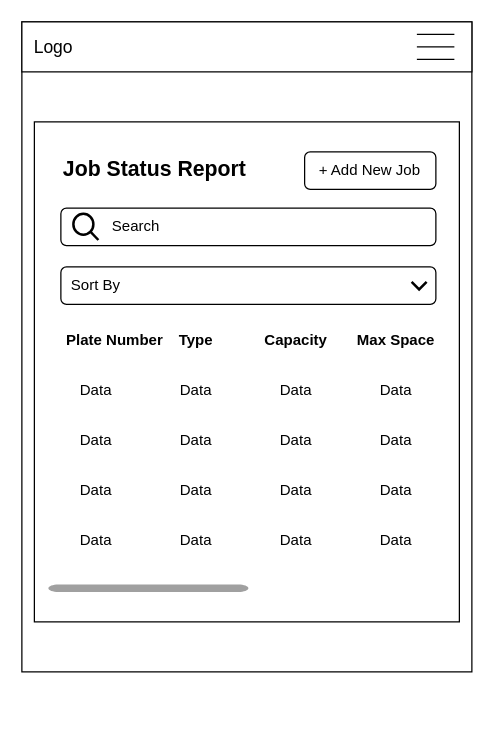
The draw.io diagram project-root/prototypes/Mobile/jobs_mobile.drawio in quietpanda284/logistics_app, before the edit. Source tidied: cells renumbered, new cells numbered last; positions are measured from the earlier drawing's top-left corner, leaving out a move shared by most shapes. Both pictures are drawn from the tidied source at 125%, with x=0, y=0 at pixel (21, 21).
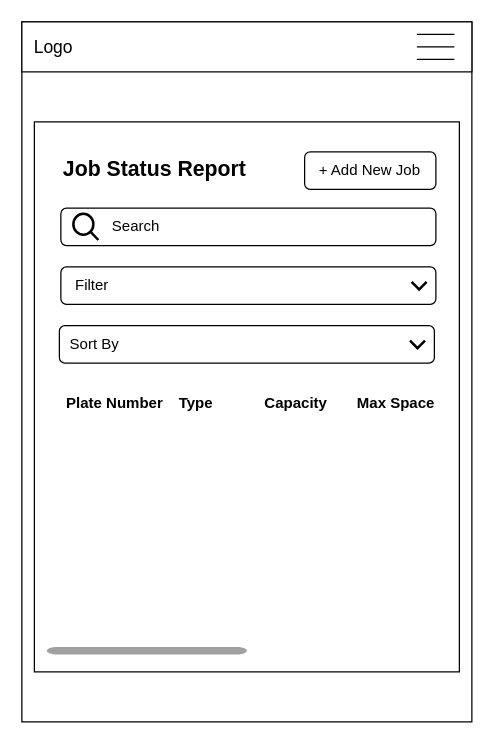
The same diagram, later.

Commit message (it also covers changes not shown here):
Updated jobs_mobile

Diff of the diagram source:
```diff
@@
     <mxCell id="2" style="rounded=0;whiteSpace=wrap;html=1;" parent="1" vertex="1">
-      <mxGeometry width="360" height="520" as="geometry" />
+      <mxGeometry width="360" height="560" as="geometry" />
     </mxCell>
@@
     <mxCell id="8" style="rounded=0;whiteSpace=wrap;html=1;" parent="1" vertex="1">
-      <mxGeometry x="10" y="80" width="340" height="400" as="geometry" />
+      <mxGeometry x="10" y="80" width="340" height="440" as="geometry" />
     </mxCell>
@@
     <mxCell id="11" value="Plate Number" style="text;html=1;align=center;verticalAlign=middle;strokeColor=none;fillColor=none;fontStyle=1;" parent="1" vertex="1">
-      <mxGeometry x="23.8" y="240" width="100" height="30" as="geometry" />
+      <mxGeometry x="23.8" y="290" width="100" height="30" as="geometry" />
     </mxCell>
     <mxCell id="12" value="Type" style="text;html=1;align=center;verticalAlign=middle;strokeColor=none;fillColor=none;fontStyle=1;" parent="1" vertex="1">
-      <mxGeometry x="113.8" y="240" width="50" height="30" as="geometry" />
+      <mxGeometry x="113.8" y="290" width="50" height="30" as="geometry" />
     </mxCell>
     <mxCell id="13" style="html=1;verticalLabelPosition=bottom;labelBackgroundColor=#ffffff;verticalAlign=top;shadow=0;dashed=0;strokeWidth=1;shape=mxgraph.ios7.misc.scroll_(horizontal);fillColor=#a0a0a0;perimeterSpacing=0;" parent="1" vertex="1">
-      <mxGeometry x="21.2" y="450" width="160" height="6" as="geometry" />
+      <mxGeometry x="20" y="500" width="160" height="6" as="geometry" />
     </mxCell>
-    <mxCell id="14" value="Data" style="text;html=1;align=center;verticalAlign=middle;strokeColor=none;fillColor=none;" parent="1" vertex="1">
-      <mxGeometry x="33.8" y="280" width="50" height="30" as="geometry" />
-    </mxCell>
-    <mxCell id="15" value="Data" style="text;html=1;align=center;verticalAlign=middle;strokeColor=none;fillColor=none;" parent="1" vertex="1">
-      <mxGeometry x="113.8" y="280" width="50" height="30" as="geometry" />
-    </mxCell>
-    <mxCell id="16" value="Data" style="text;html=1;align=center;verticalAlign=middle;strokeColor=none;fillColor=none;" parent="1" vertex="1">
-      <mxGeometry x="113.8" y="320" width="50" height="30" as="geometry" />
-    </mxCell>
-    <mxCell id="17" value="Data" style="text;html=1;align=center;verticalAlign=middle;strokeColor=none;fillColor=none;" parent="1" vertex="1">
-      <mxGeometry x="33.8" y="320" width="50" height="30" as="geometry" />
-    </mxCell>
-    <mxCell id="18" value="Data" style="text;html=1;align=center;verticalAlign=middle;strokeColor=none;fillColor=none;" parent="1" vertex="1">
-      <mxGeometry x="113.8" y="400" width="50" height="30" as="geometry" />
-    </mxCell>
-    <mxCell id="19" value="Data" style="text;html=1;align=center;verticalAlign=middle;strokeColor=none;fillColor=none;" parent="1" vertex="1">
-      <mxGeometry x="33.8" y="400" width="50" height="30" as="geometry" />
-    </mxCell>
-    <mxCell id="20" value="Data" style="text;html=1;align=center;verticalAlign=middle;strokeColor=none;fillColor=none;" parent="1" vertex="1">
-      <mxGeometry x="33.8" y="360" width="50" height="30" as="geometry" />
-    </mxCell>
-    <mxCell id="21" value="Data" style="text;html=1;align=center;verticalAlign=middle;strokeColor=none;fillColor=none;" parent="1" vertex="1">
-      <mxGeometry x="113.8" y="360" width="50" height="30" as="geometry" />
-    </mxCell>
     <mxCell id="22" value="&lt;b&gt;Capacity&lt;/b&gt;" style="text;html=1;align=center;verticalAlign=middle;strokeColor=none;fillColor=none;" parent="1" vertex="1">
-      <mxGeometry x="183.8" y="240" width="70" height="30" as="geometry" />
+      <mxGeometry x="183.8" y="290" width="70" height="30" as="geometry" />
     </mxCell>
     <mxCell id="23" value="Max Space" style="text;html=1;align=center;verticalAlign=middle;strokeColor=none;fillColor=none;fontStyle=1;" parent="1" vertex="1">
-      <mxGeometry x="258.8" y="240" width="80" height="30" as="geometry" />
+      <mxGeometry x="258.8" y="290" width="80" height="30" as="geometry" />
     </mxCell>
-    <mxCell id="24" value="Data" style="text;html=1;align=center;verticalAlign=middle;strokeColor=none;fillColor=none;" parent="1" vertex="1">
-      <mxGeometry x="193.8" y="280" width="50" height="30" as="geometry" />
-    </mxCell>
-    <mxCell id="25" value="Data" style="text;html=1;align=center;verticalAlign=middle;strokeColor=none;fillColor=none;" parent="1" vertex="1">
-      <mxGeometry x="273.8" y="280" width="50" height="30" as="geometry" />
-    </mxCell>
-    <mxCell id="26" value="Data" style="text;html=1;align=center;verticalAlign=middle;strokeColor=none;fillColor=none;" parent="1" vertex="1">
-      <mxGeometry x="193.8" y="400" width="50" height="30" as="geometry" />
-    </mxCell>
-    <mxCell id="27" value="Data" style="text;html=1;align=center;verticalAlign=middle;strokeColor=none;fillColor=none;" parent="1" vertex="1">
-      <mxGeometry x="273.8" y="400" width="50" height="30" as="geometry" />
-    </mxCell>
-    <mxCell id="28" value="Data" style="text;html=1;align=center;verticalAlign=middle;strokeColor=none;fillColor=none;" parent="1" vertex="1">
-      <mxGeometry x="193.8" y="320" width="50" height="30" as="geometry" />
-    </mxCell>
-    <mxCell id="29" value="Data" style="text;html=1;align=center;verticalAlign=middle;strokeColor=none;fillColor=none;" parent="1" vertex="1">
-      <mxGeometry x="273.8" y="320" width="50" height="30" as="geometry" />
-    </mxCell>
-    <mxCell id="30" value="Data" style="text;html=1;align=center;verticalAlign=middle;strokeColor=none;fillColor=none;" parent="1" vertex="1">
-      <mxGeometry x="193.8" y="360" width="50" height="30" as="geometry" />
-    </mxCell>
-    <mxCell id="31" value="Data" style="text;html=1;align=center;verticalAlign=middle;strokeColor=none;fillColor=none;" parent="1" vertex="1">
-      <mxGeometry x="273.8" y="360" width="50" height="30" as="geometry" />
-    </mxCell>
@@
-    <mxCell id="35" value="&amp;nbsp; Sort By" style="rounded=1;whiteSpace=wrap;html=1;align=left;" parent="1" vertex="1">
+    <mxCell id="35" value="&amp;nbsp; &amp;nbsp;Filter" style="rounded=1;whiteSpace=wrap;html=1;align=left;" parent="1" vertex="1">
       <mxGeometry x="31.2" y="196" width="300" height="30" as="geometry" />
     </mxCell>
@@
+    <mxCell id="37" value="&amp;nbsp; Sort By" style="rounded=1;whiteSpace=wrap;html=1;align=left;" parent="1" vertex="1">
+      <mxGeometry x="30" y="243" width="300" height="30" as="geometry" />
+    </mxCell>
+    <mxCell id="38" style="html=1;verticalLabelPosition=bottom;labelBackgroundColor=#ffffff;verticalAlign=top;shadow=0;dashed=0;strokeWidth=2;shape=mxgraph.ios7.misc.down;strokeColor=light-dark(#000000, #32a0ff);" parent="1" vertex="1">
+      <mxGeometry x="310.5" y="255" width="12" height="6" as="geometry" />
+    </mxCell>
```
